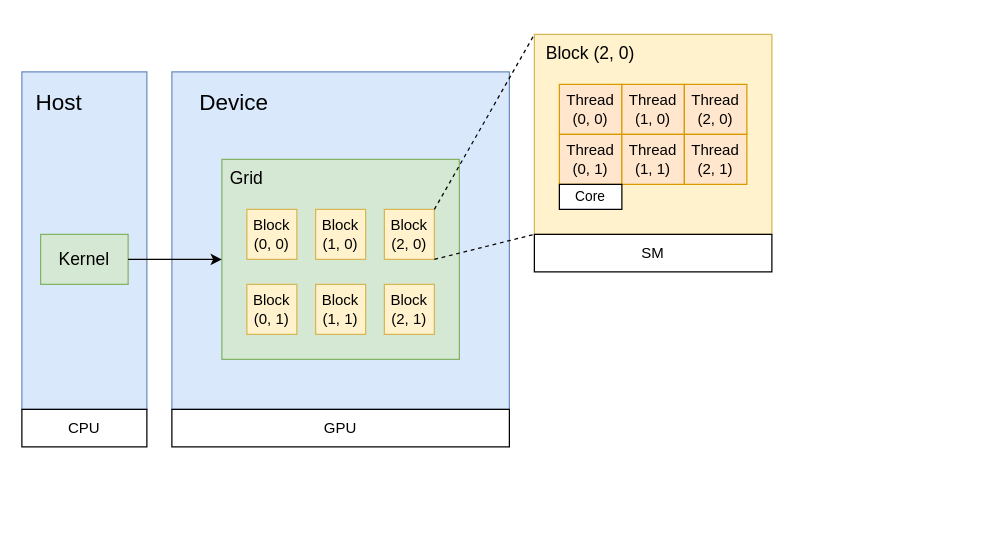
The draw.io diagram triton.drawio in xrysamuel/my-drawio, before the edit. Source tidied: cells renumbered, new cells numbered last; positions are measured from the earlier drawing's top-left corner, leaving out a move shared by most shapes. Both pictures are drawn from the tidied source at 125%, with x=0, y=0 at pixel (21, 34).
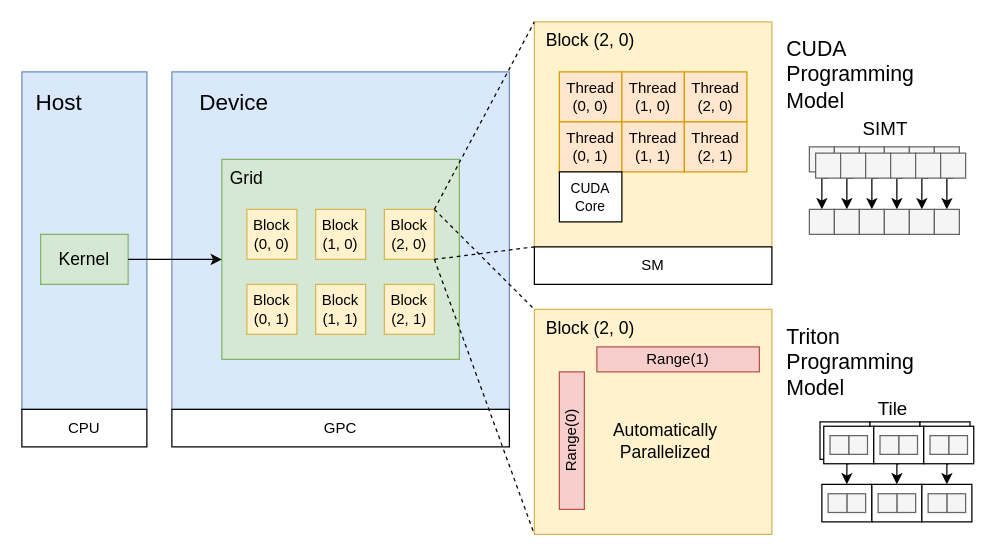
The same page after the edit.

Unchanged cells that the change refers to:
```xml
<mxCell id="12" value="Block&lt;div&gt;(2, 0)&lt;/div&gt;" style="rounded=0;whiteSpace=wrap;html=1;fillColor=#fff2cc;strokeColor=#d6b656;" parent="1" vertex="1">
  <mxGeometry x="290" y="140" width="40" height="40" as="geometry" />
</mxCell>
```

Change to the diagram source:
```diff
@@
-    <mxCell id="3" value="GPU" style="rounded=0;whiteSpace=wrap;html=1;" parent="1" vertex="1">
+    <mxCell id="3" value="GPC" style="rounded=0;whiteSpace=wrap;html=1;" parent="1" vertex="1">
       <mxGeometry x="120" y="300" width="270" height="30" as="geometry" />
     </mxCell>
@@
     <mxCell id="17" style="rounded=0;whiteSpace=wrap;html=1;fillColor=#fff2cc;strokeColor=#d6b656;" parent="1" vertex="1">
-      <mxGeometry x="410" width="190" height="160" as="geometry" />
+      <mxGeometry x="410" y="-10" width="190" height="180" as="geometry" />
     </mxCell>
     <mxCell id="18" value="Block (2, 0)" style="text;html=1;align=center;verticalAlign=middle;whiteSpace=wrap;rounded=0;fontSize=14;" parent="1" vertex="1">
-      <mxGeometry x="410" width="90" height="30" as="geometry" />
+      <mxGeometry x="410" y="-10" width="90" height="30" as="geometry" />
     </mxCell>
     <mxCell id="19" value="Thread&lt;div&gt;(0, 0)&lt;/div&gt;" style="rounded=0;whiteSpace=wrap;html=1;fillColor=#ffe6cc;strokeColor=#d79b00;" parent="1" vertex="1">
-      <mxGeometry x="430" y="40" width="50" height="40" as="geometry" />
+      <mxGeometry x="430" y="30" width="50" height="40" as="geometry" />
     </mxCell>
     <mxCell id="20" value="Thread&lt;div&gt;(1, 0)&lt;/div&gt;" style="rounded=0;whiteSpace=wrap;html=1;fillColor=#ffe6cc;strokeColor=#d79b00;" parent="1" vertex="1">
-      <mxGeometry x="480" y="40" width="50" height="40" as="geometry" />
+      <mxGeometry x="480" y="30" width="50" height="40" as="geometry" />
     </mxCell>
     <mxCell id="21" value="Thread&lt;div&gt;(2, 0)&lt;/div&gt;" style="rounded=0;whiteSpace=wrap;html=1;fillColor=#ffe6cc;strokeColor=#d79b00;" parent="1" vertex="1">
-      <mxGeometry x="530" y="40" width="50" height="40" as="geometry" />
+      <mxGeometry x="530" y="30" width="50" height="40" as="geometry" />
     </mxCell>
     <mxCell id="22" value="Thread&lt;div&gt;(0, 1)&lt;/div&gt;" style="rounded=0;whiteSpace=wrap;html=1;fillColor=#ffe6cc;strokeColor=#d79b00;" parent="1" vertex="1">
-      <mxGeometry x="430" y="80" width="50" height="40" as="geometry" />
+      <mxGeometry x="430" y="70" width="50" height="40" as="geometry" />
     </mxCell>
     <mxCell id="23" value="Thread&lt;div&gt;(1, 1)&lt;/div&gt;" style="rounded=0;whiteSpace=wrap;html=1;fillColor=#ffe6cc;strokeColor=#d79b00;" parent="1" vertex="1">
-      <mxGeometry x="480" y="80" width="50" height="40" as="geometry" />
+      <mxGeometry x="480" y="70" width="50" height="40" as="geometry" />
     </mxCell>
     <mxCell id="24" value="Thread&lt;div&gt;(2, 1)&lt;/div&gt;" style="rounded=0;whiteSpace=wrap;html=1;fillColor=#ffe6cc;strokeColor=#d79b00;" parent="1" vertex="1">
-      <mxGeometry x="530" y="80" width="50" height="40" as="geometry" />
+      <mxGeometry x="530" y="70" width="50" height="40" as="geometry" />
     </mxCell>
     <mxCell id="25" value="SM" style="rounded=0;whiteSpace=wrap;html=1;" parent="1" vertex="1">
-      <mxGeometry x="410" y="160" width="190" height="30" as="geometry" />
+      <mxGeometry x="410" y="170" width="190" height="30" as="geometry" />
     </mxCell>
-    <mxCell id="26" value="&lt;font style=&quot;font-size: 11px;&quot;&gt;Core&lt;/font&gt;" style="rounded=0;whiteSpace=wrap;html=1;direction=west;" parent="1" vertex="1">
-      <mxGeometry x="430" y="120" width="50" height="20" as="geometry" />
+    <mxCell id="26" value="&lt;font style=&quot;font-size: 11px;&quot;&gt;CUDA&lt;/font&gt;&lt;div&gt;&lt;font style=&quot;font-size: 11px;&quot;&gt;Core&lt;/font&gt;&lt;/div&gt;" style="rounded=0;whiteSpace=wrap;html=1;direction=west;" parent="1" vertex="1">
+      <mxGeometry x="430" y="110" width="50" height="40" as="geometry" />
     </mxCell>
@@
+    <mxCell id="30" value="&lt;font style=&quot;font-size: 17px;&quot;&gt;CUDA&lt;/font&gt;&lt;div style=&quot;font-size: 17px;&quot;&gt;&lt;font style=&quot;font-size: 17px;&quot;&gt;Programming&lt;/font&gt;&lt;/div&gt;&lt;div style=&quot;font-size: 17px;&quot;&gt;&lt;font style=&quot;font-size: 17px;&quot;&gt;Model&lt;/font&gt;&lt;/div&gt;" style="text;html=1;align=left;verticalAlign=middle;whiteSpace=wrap;rounded=0;" parent="1" vertex="1">
+      <mxGeometry x="610" y="-5" width="140" height="75" as="geometry" />
+    </mxCell>
+    <mxCell id="31" style="rounded=0;whiteSpace=wrap;html=1;fillColor=#fff2cc;strokeColor=#d6b656;" parent="1" vertex="1">
+      <mxGeometry x="410" y="220" width="190" height="180" as="geometry" />
+    </mxCell>
+    <mxCell id="32" value="Block (2, 0)" style="text;html=1;align=center;verticalAlign=middle;whiteSpace=wrap;rounded=0;fontSize=14;" parent="1" vertex="1">
+      <mxGeometry x="410" y="220" width="90" height="30" as="geometry" />
+    </mxCell>
+    <mxCell id="33" style="endArrow=none;dashed=1;html=1;rounded=0;entryX=0;entryY=1;entryDx=0;entryDy=0;exitX=1;exitY=1;exitDx=0;exitDy=0;" parent="1" edge="1" source="12" target="31">
+      <mxGeometry relative="1" as="geometry" />
+    </mxCell>
+    <mxCell id="34" style="endArrow=none;dashed=1;html=1;rounded=0;entryX=0;entryY=0;entryDx=0;entryDy=0;exitX=1;exitY=0;exitDx=0;exitDy=0;" parent="1" edge="1" source="12" target="32">
+      <mxGeometry relative="1" as="geometry" />
+    </mxCell>
+    <mxCell id="35" value="Range(0)" style="rounded=0;whiteSpace=wrap;html=1;fillColor=#f8cecc;strokeColor=#b85450;horizontal=0;" parent="1" vertex="1">
+      <mxGeometry x="430" y="270" width="20" height="110" as="geometry" />
+    </mxCell>
+    <mxCell id="36" value="Range(1)" style="rounded=0;whiteSpace=wrap;html=1;fillColor=#f8cecc;strokeColor=#b85450;direction=south;" parent="1" vertex="1">
+      <mxGeometry x="460" y="250" width="130" height="20" as="geometry" />
+    </mxCell>
+    <mxCell id="37" value="Automatically&lt;div&gt;Parallelized&lt;/div&gt;" style="text;html=1;align=center;verticalAlign=middle;whiteSpace=wrap;rounded=0;fontSize=14;" parent="1" vertex="1">
+      <mxGeometry x="470" y="310" width="90" height="30" as="geometry" />
+    </mxCell>
+    <mxCell id="38" value="&lt;span style=&quot;font-size: 17px;&quot;&gt;Triton&lt;/span&gt;&lt;br&gt;&lt;div style=&quot;font-size: 17px;&quot;&gt;&lt;font style=&quot;font-size: 17px;&quot;&gt;Programming&lt;/font&gt;&lt;/div&gt;&lt;div style=&quot;font-size: 17px;&quot;&gt;&lt;font style=&quot;font-size: 17px;&quot;&gt;Model&lt;/font&gt;&lt;/div&gt;" style="text;html=1;align=left;verticalAlign=middle;whiteSpace=wrap;rounded=0;" parent="1" vertex="1">
+      <mxGeometry x="610" y="225" width="140" height="75" as="geometry" />
+    </mxCell>
+    <mxCell id="39" style="rounded=0;whiteSpace=wrap;html=1;fillColor=#f5f5f5;strokeColor=#666666;fontColor=#333333;" parent="1" vertex="1">
+      <mxGeometry x="630" y="90" width="20" height="20" as="geometry" />
+    </mxCell>
+    <mxCell id="40" style="rounded=0;whiteSpace=wrap;html=1;fillColor=#f5f5f5;strokeColor=#666666;fontColor=#333333;" parent="1" vertex="1">
+      <mxGeometry x="650" y="90" width="20" height="20" as="geometry" />
+    </mxCell>
+    <mxCell id="41" style="rounded=0;whiteSpace=wrap;html=1;fillColor=#f5f5f5;strokeColor=#666666;fontColor=#333333;" parent="1" vertex="1">
+      <mxGeometry x="670" y="90" width="20" height="20" as="geometry" />
+    </mxCell>
+    <mxCell id="42" style="rounded=0;whiteSpace=wrap;html=1;fillColor=#f5f5f5;strokeColor=#666666;fontColor=#333333;" parent="1" vertex="1">
+      <mxGeometry x="690" y="90" width="20" height="20" as="geometry" />
+    </mxCell>
+    <mxCell id="43" style="rounded=0;whiteSpace=wrap;html=1;fillColor=#f5f5f5;strokeColor=#666666;fontColor=#333333;" parent="1" vertex="1">
+      <mxGeometry x="710" y="90" width="20" height="20" as="geometry" />
+    </mxCell>
+    <mxCell id="44" style="rounded=0;whiteSpace=wrap;html=1;fillColor=#f5f5f5;strokeColor=#666666;fontColor=#333333;" parent="1" vertex="1">
+      <mxGeometry x="730" y="90" width="20" height="20" as="geometry" />
+    </mxCell>
+    <mxCell id="45" style="edgeStyle=orthogonalEdgeStyle;rounded=0;jettySize=auto;html=1;exitX=0.5;exitY=1;exitDx=0;exitDy=0;entryX=0.5;entryY=0;entryDx=0;entryDy=0;" parent="1" edge="1" source="46" target="57">
+      <mxGeometry relative="1" as="geometry" />
+    </mxCell>
+    <mxCell id="46" style="rounded=0;whiteSpace=wrap;html=1;fillColor=#f5f5f5;strokeColor=#666666;fontColor=#333333;" parent="1" vertex="1">
+      <mxGeometry x="635" y="95" width="20" height="20" as="geometry" />
+    </mxCell>
+    <mxCell id="47" style="edgeStyle=orthogonalEdgeStyle;rounded=0;jettySize=auto;html=1;exitX=0.5;exitY=1;exitDx=0;exitDy=0;entryX=0.5;entryY=0;entryDx=0;entryDy=0;" parent="1" edge="1" source="48" target="58">
+      <mxGeometry relative="1" as="geometry" />
+    </mxCell>
+    <mxCell id="48" style="rounded=0;whiteSpace=wrap;html=1;fillColor=#f5f5f5;strokeColor=#666666;fontColor=#333333;" parent="1" vertex="1">
+      <mxGeometry x="655" y="95" width="20" height="20" as="geometry" />
+    </mxCell>
+    <mxCell id="49" style="edgeStyle=orthogonalEdgeStyle;rounded=0;jettySize=auto;html=1;exitX=0.5;exitY=1;exitDx=0;exitDy=0;entryX=0.5;entryY=0;entryDx=0;entryDy=0;" parent="1" edge="1" source="50" target="59">
+      <mxGeometry relative="1" as="geometry" />
+    </mxCell>
+    <mxCell id="50" style="rounded=0;whiteSpace=wrap;html=1;fillColor=#f5f5f5;strokeColor=#666666;fontColor=#333333;" parent="1" vertex="1">
+      <mxGeometry x="675" y="95" width="20" height="20" as="geometry" />
+    </mxCell>
+    <mxCell id="51" style="edgeStyle=orthogonalEdgeStyle;rounded=0;jettySize=auto;html=1;exitX=0.5;exitY=1;exitDx=0;exitDy=0;entryX=0.5;entryY=0;entryDx=0;entryDy=0;" parent="1" edge="1" source="52" target="60">
+      <mxGeometry relative="1" as="geometry" />
+    </mxCell>
+    <mxCell id="52" style="rounded=0;whiteSpace=wrap;html=1;fillColor=#f5f5f5;strokeColor=#666666;fontColor=#333333;" parent="1" vertex="1">
+      <mxGeometry x="695" y="95" width="20" height="20" as="geometry" />
+    </mxCell>
+    <mxCell id="53" style="edgeStyle=orthogonalEdgeStyle;rounded=0;jettySize=auto;html=1;exitX=0.5;exitY=1;exitDx=0;exitDy=0;entryX=0.5;entryY=0;entryDx=0;entryDy=0;" parent="1" edge="1" source="54" target="61">
+      <mxGeometry relative="1" as="geometry" />
+    </mxCell>
+    <mxCell id="54" style="rounded=0;whiteSpace=wrap;html=1;fillColor=#f5f5f5;strokeColor=#666666;fontColor=#333333;" parent="1" vertex="1">
+      <mxGeometry x="715" y="95" width="20" height="20" as="geometry" />
+    </mxCell>
+    <mxCell id="55" style="edgeStyle=orthogonalEdgeStyle;rounded=0;jettySize=auto;html=1;exitX=0.5;exitY=1;exitDx=0;exitDy=0;entryX=0.5;entryY=0;entryDx=0;entryDy=0;" parent="1" edge="1" source="56" target="62">
+      <mxGeometry relative="1" as="geometry" />
+    </mxCell>
+    <mxCell id="56" style="rounded=0;whiteSpace=wrap;html=1;fillColor=#f5f5f5;strokeColor=#666666;fontColor=#333333;" parent="1" vertex="1">
+      <mxGeometry x="735" y="95" width="20" height="20" as="geometry" />
+    </mxCell>
+    <mxCell id="57" style="rounded=0;whiteSpace=wrap;html=1;fillColor=#f5f5f5;strokeColor=#666666;fontColor=#333333;" parent="1" vertex="1">
+      <mxGeometry x="630" y="140" width="20" height="20" as="geometry" />
+    </mxCell>
+    <mxCell id="58" style="rounded=0;whiteSpace=wrap;html=1;fillColor=#f5f5f5;strokeColor=#666666;fontColor=#333333;" parent="1" vertex="1">
+      <mxGeometry x="650" y="140" width="20" height="20" as="geometry" />
+    </mxCell>
+    <mxCell id="59" style="rounded=0;whiteSpace=wrap;html=1;fillColor=#f5f5f5;strokeColor=#666666;fontColor=#333333;" parent="1" vertex="1">
+      <mxGeometry x="670" y="140" width="20" height="20" as="geometry" />
+    </mxCell>
+    <mxCell id="60" style="rounded=0;whiteSpace=wrap;html=1;fillColor=#f5f5f5;strokeColor=#666666;fontColor=#333333;" parent="1" vertex="1">
+      <mxGeometry x="690" y="140" width="20" height="20" as="geometry" />
+    </mxCell>
+    <mxCell id="61" style="rounded=0;whiteSpace=wrap;html=1;fillColor=#f5f5f5;strokeColor=#666666;fontColor=#333333;" parent="1" vertex="1">
+      <mxGeometry x="710" y="140" width="20" height="20" as="geometry" />
+    </mxCell>
+    <mxCell id="62" style="rounded=0;whiteSpace=wrap;html=1;fillColor=#f5f5f5;strokeColor=#666666;fontColor=#333333;" parent="1" vertex="1">
+      <mxGeometry x="730" y="140" width="20" height="20" as="geometry" />
+    </mxCell>
+    <mxCell id="63" value="SIMT" style="text;html=1;align=center;verticalAlign=middle;whiteSpace=wrap;rounded=0;fontSize=15;" parent="1" vertex="1">
+      <mxGeometry x="661" y="60" width="60" height="30" as="geometry" />
+    </mxCell>
+    <mxCell id="64" style="rounded=0;whiteSpace=wrap;html=1;" parent="1" vertex="1">
+      <mxGeometry x="638.5" y="310" width="40" height="30" as="geometry" />
+    </mxCell>
+    <mxCell id="65" style="rounded=0;whiteSpace=wrap;html=1;fillColor=#f5f5f5;strokeColor=#666666;fontColor=#333333;" parent="1" vertex="1">
+      <mxGeometry x="658.5" y="317.5" width="15" height="15" as="geometry" />
+    </mxCell>
+    <mxCell id="66" style="rounded=0;whiteSpace=wrap;html=1;fillColor=#f5f5f5;strokeColor=#666666;fontColor=#333333;" parent="1" vertex="1">
+      <mxGeometry x="643.5" y="317.5" width="15" height="15" as="geometry" />
+    </mxCell>
+    <mxCell id="67" style="rounded=0;whiteSpace=wrap;html=1;" parent="1" vertex="1">
+      <mxGeometry x="678.5" y="310" width="40" height="30" as="geometry" />
+    </mxCell>
+    <mxCell id="68" style="rounded=0;whiteSpace=wrap;html=1;fillColor=#f5f5f5;strokeColor=#666666;fontColor=#333333;" parent="1" vertex="1">
+      <mxGeometry x="698.5" y="317.5" width="15" height="15" as="geometry" />
+    </mxCell>
+    <mxCell id="69" style="rounded=0;whiteSpace=wrap;html=1;fillColor=#f5f5f5;strokeColor=#666666;fontColor=#333333;" parent="1" vertex="1">
+      <mxGeometry x="683.5" y="317.5" width="15" height="15" as="geometry" />
+    </mxCell>
+    <mxCell id="70" style="rounded=0;whiteSpace=wrap;html=1;" parent="1" vertex="1">
+      <mxGeometry x="718.5" y="310" width="40" height="30" as="geometry" />
+    </mxCell>
+    <mxCell id="71" style="rounded=0;whiteSpace=wrap;html=1;fillColor=#f5f5f5;strokeColor=#666666;fontColor=#333333;" parent="1" vertex="1">
+      <mxGeometry x="738.5" y="317.5" width="15" height="15" as="geometry" />
+    </mxCell>
+    <mxCell id="72" style="rounded=0;whiteSpace=wrap;html=1;fillColor=#f5f5f5;strokeColor=#666666;fontColor=#333333;" parent="1" vertex="1">
+      <mxGeometry x="723.5" y="317.5" width="15" height="15" as="geometry" />
+    </mxCell>
+    <mxCell id="73" style="edgeStyle=orthogonalEdgeStyle;rounded=0;jettySize=auto;html=1;exitX=0.5;exitY=1;exitDx=0;exitDy=0;entryX=0.5;entryY=0;entryDx=0;entryDy=0;" parent="1" edge="1" source="74" target="91">
+      <mxGeometry relative="1" as="geometry" />
+    </mxCell>
+    <mxCell id="74" style="rounded=0;whiteSpace=wrap;html=1;" parent="1" vertex="1">
+      <mxGeometry x="641.5" y="313.5" width="40" height="30" as="geometry" />
+    </mxCell>
+    <mxCell id="75" style="rounded=0;whiteSpace=wrap;html=1;fillColor=#f5f5f5;strokeColor=#666666;fontColor=#333333;" parent="1" vertex="1">
+      <mxGeometry x="661.5" y="321" width="15" height="15" as="geometry" />
+    </mxCell>
+    <mxCell id="76" style="rounded=0;whiteSpace=wrap;html=1;fillColor=#f5f5f5;strokeColor=#666666;fontColor=#333333;" parent="1" vertex="1">
+      <mxGeometry x="646.5" y="321" width="15" height="15" as="geometry" />
+    </mxCell>
+    <mxCell id="77" style="edgeStyle=orthogonalEdgeStyle;rounded=0;jettySize=auto;html=1;exitX=0.5;exitY=1;exitDx=0;exitDy=0;entryX=0.5;entryY=0;entryDx=0;entryDy=0;" parent="1" edge="1" source="78" target="94">
+      <mxGeometry relative="1" as="geometry" />
+    </mxCell>
+    <mxCell id="78" style="rounded=0;whiteSpace=wrap;html=1;" parent="1" vertex="1">
+      <mxGeometry x="681.5" y="313.5" width="40" height="30" as="geometry" />
+    </mxCell>
+    <mxCell id="79" style="rounded=0;whiteSpace=wrap;html=1;fillColor=#f5f5f5;strokeColor=#666666;fontColor=#333333;" parent="1" vertex="1">
+      <mxGeometry x="701.5" y="321" width="15" height="15" as="geometry" />
+    </mxCell>
+    <mxCell id="80" style="rounded=0;whiteSpace=wrap;html=1;fillColor=#f5f5f5;strokeColor=#666666;fontColor=#333333;" parent="1" vertex="1">
+      <mxGeometry x="686.5" y="321" width="15" height="15" as="geometry" />
+    </mxCell>
+    <mxCell id="81" style="edgeStyle=orthogonalEdgeStyle;rounded=0;jettySize=auto;html=1;exitX=0.5;exitY=1;exitDx=0;exitDy=0;entryX=0.5;entryY=0;entryDx=0;entryDy=0;" parent="1" edge="1" source="82" target="97">
+      <mxGeometry relative="1" as="geometry" />
+    </mxCell>
+    <mxCell id="82" style="rounded=0;whiteSpace=wrap;html=1;" parent="1" vertex="1">
+      <mxGeometry x="721.5" y="313.5" width="40" height="30" as="geometry" />
+    </mxCell>
+    <mxCell id="83" style="rounded=0;whiteSpace=wrap;html=1;fillColor=#f5f5f5;strokeColor=#666666;fontColor=#333333;" parent="1" vertex="1">
+      <mxGeometry x="741.5" y="321" width="15" height="15" as="geometry" />
+    </mxCell>
+    <mxCell id="84" style="rounded=0;whiteSpace=wrap;html=1;fillColor=#f5f5f5;strokeColor=#666666;fontColor=#333333;" parent="1" vertex="1">
+      <mxGeometry x="726.5" y="321" width="15" height="15" as="geometry" />
+    </mxCell>
+    <mxCell id="85" style="rounded=0;whiteSpace=wrap;html=1;fillColor=#f5f5f5;strokeColor=#666666;fontColor=#333333;" parent="1" vertex="1">
+      <mxGeometry x="657" y="364" width="15" height="15" as="geometry" />
+    </mxCell>
+    <mxCell id="86" style="rounded=0;whiteSpace=wrap;html=1;fillColor=#f5f5f5;strokeColor=#666666;fontColor=#333333;" parent="1" vertex="1">
+      <mxGeometry x="642" y="364" width="15" height="15" as="geometry" />
+    </mxCell>
+    <mxCell id="87" style="rounded=0;whiteSpace=wrap;html=1;fillColor=#f5f5f5;strokeColor=#666666;fontColor=#333333;" parent="1" vertex="1">
+      <mxGeometry x="697" y="364" width="15" height="15" as="geometry" />
+    </mxCell>
+    <mxCell id="88" style="rounded=0;whiteSpace=wrap;html=1;fillColor=#f5f5f5;strokeColor=#666666;fontColor=#333333;" parent="1" vertex="1">
+      <mxGeometry x="682" y="364" width="15" height="15" as="geometry" />
+    </mxCell>
+    <mxCell id="89" style="rounded=0;whiteSpace=wrap;html=1;fillColor=#f5f5f5;strokeColor=#666666;fontColor=#333333;" parent="1" vertex="1">
+      <mxGeometry x="737" y="364" width="15" height="15" as="geometry" />
+    </mxCell>
+    <mxCell id="90" style="rounded=0;whiteSpace=wrap;html=1;fillColor=#f5f5f5;strokeColor=#666666;fontColor=#333333;" parent="1" vertex="1">
+      <mxGeometry x="722" y="364" width="15" height="15" as="geometry" />
+    </mxCell>
+    <mxCell id="91" style="rounded=0;whiteSpace=wrap;html=1;" parent="1" vertex="1">
+      <mxGeometry x="640" y="360" width="40" height="30" as="geometry" />
+    </mxCell>
+    <mxCell id="92" style="rounded=0;whiteSpace=wrap;html=1;fillColor=#f5f5f5;strokeColor=#666666;fontColor=#333333;" parent="1" vertex="1">
+      <mxGeometry x="660" y="367.5" width="15" height="15" as="geometry" />
+    </mxCell>
+    <mxCell id="93" style="rounded=0;whiteSpace=wrap;html=1;fillColor=#f5f5f5;strokeColor=#666666;fontColor=#333333;" parent="1" vertex="1">
+      <mxGeometry x="645" y="367.5" width="15" height="15" as="geometry" />
+    </mxCell>
+    <mxCell id="94" style="rounded=0;whiteSpace=wrap;html=1;" parent="1" vertex="1">
+      <mxGeometry x="680" y="360" width="40" height="30" as="geometry" />
+    </mxCell>
+    <mxCell id="95" style="rounded=0;whiteSpace=wrap;html=1;fillColor=#f5f5f5;strokeColor=#666666;fontColor=#333333;" parent="1" vertex="1">
+      <mxGeometry x="700" y="367.5" width="15" height="15" as="geometry" />
+    </mxCell>
+    <mxCell id="96" style="rounded=0;whiteSpace=wrap;html=1;fillColor=#f5f5f5;strokeColor=#666666;fontColor=#333333;" parent="1" vertex="1">
+      <mxGeometry x="685" y="367.5" width="15" height="15" as="geometry" />
+    </mxCell>
+    <mxCell id="97" style="rounded=0;whiteSpace=wrap;html=1;" parent="1" vertex="1">
+      <mxGeometry x="720" y="360" width="40" height="30" as="geometry" />
+    </mxCell>
+    <mxCell id="98" style="rounded=0;whiteSpace=wrap;html=1;fillColor=#f5f5f5;strokeColor=#666666;fontColor=#333333;" parent="1" vertex="1">
+      <mxGeometry x="740" y="367.5" width="15" height="15" as="geometry" />
+    </mxCell>
+    <mxCell id="99" style="rounded=0;whiteSpace=wrap;html=1;fillColor=#f5f5f5;strokeColor=#666666;fontColor=#333333;" parent="1" vertex="1">
+      <mxGeometry x="725" y="367.5" width="15" height="15" as="geometry" />
+    </mxCell>
+    <mxCell id="100" value="Tile" style="text;html=1;align=center;verticalAlign=middle;whiteSpace=wrap;rounded=0;fontSize=15;" parent="1" vertex="1">
+      <mxGeometry x="666.5" y="283.5" width="60" height="30" as="geometry" />
+    </mxCell>
```
